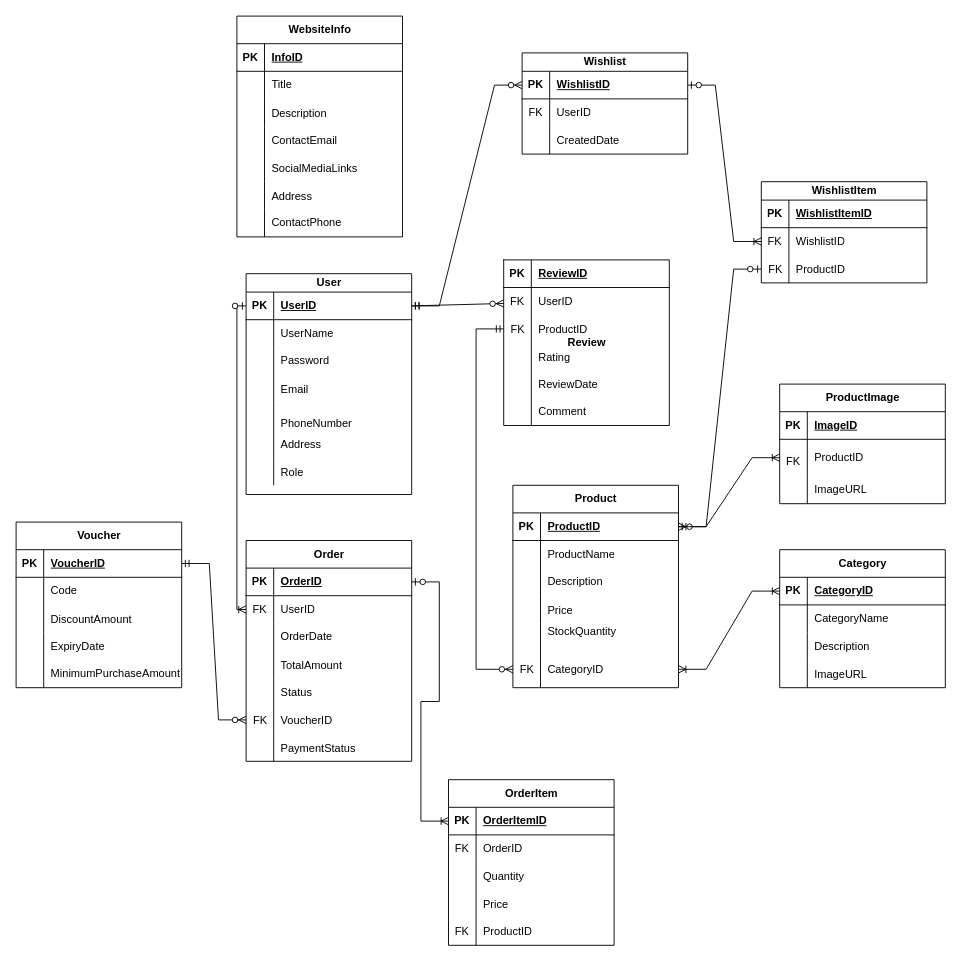
Before: Untitled Diagram.drawio in phanthuyen12/duanbandientu, a draw.io diagram. Source tidied: cells renumbered, new cells numbered last; positions are measured from the earlier drawing's top-left corner, leaving out a move shared by most shapes. Both pictures are drawn from the tidied source at 92%, with x=0, y=0 at pixel (16, 16).
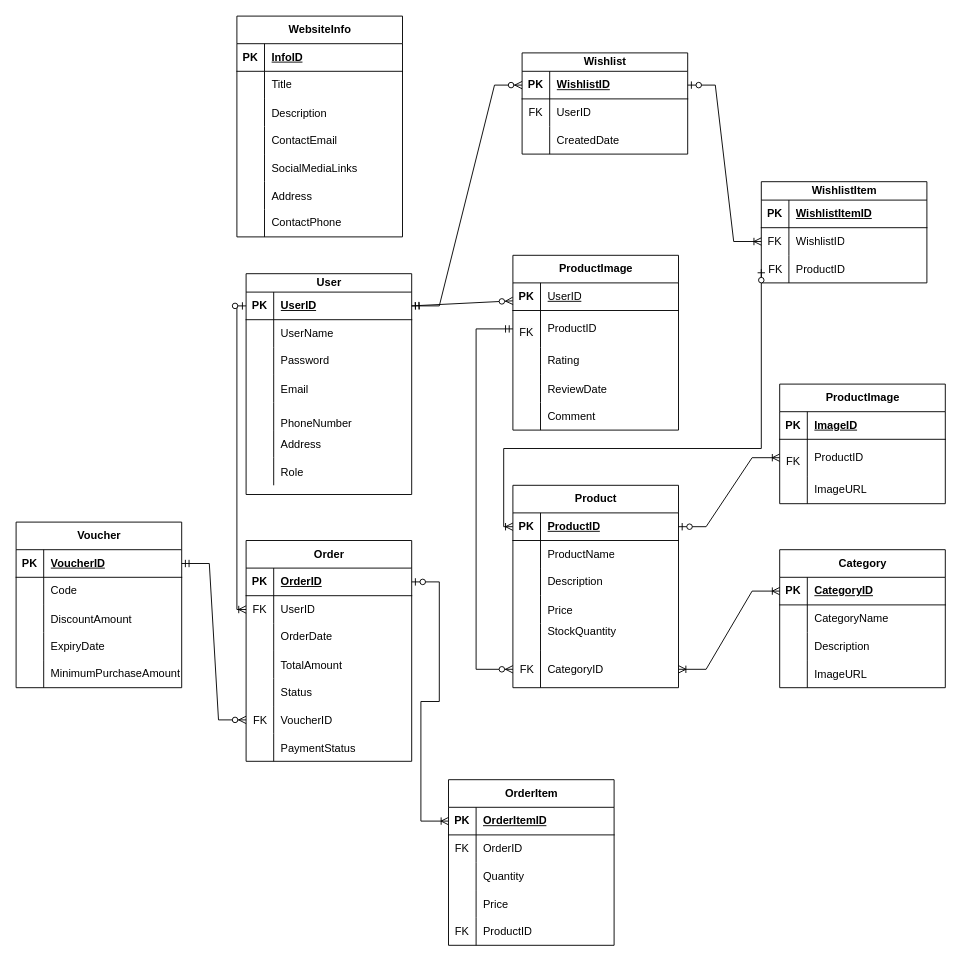
Above is the later version.

Unchanged cells that the change refers to:
```xml
<mxCell id="3" style="shape=tableRow;horizontal=0;startSize=0;swimlaneHead=0;swimlaneBody=0;fillColor=none;points=[[0,0.5],[1,0.5]];portConstraint=eastwest;top=0;left=0;right=0;bottom=1;" parent="2" vertex="1">
  <mxGeometry y="20" width="180" height="30" as="geometry" />
</mxCell>
<mxCell id="38" style="shape=tableRow;horizontal=0;startSize=0;swimlaneHead=0;swimlaneBody=0;fillColor=none;points=[[0,0.5],[1,0.5]];portConstraint=eastwest;top=0;left=0;right=0;bottom=1;" parent="37" vertex="1">
  <mxGeometry y="30" width="180" height="30" as="geometry" />
</mxCell>
<mxCell id="53" style="shape=tableRow;horizontal=0;startSize=0;swimlaneHead=0;swimlaneBody=0;fillColor=none;points=[[0,0.5],[1,0.5]];portConstraint=eastwest;top=0;left=0;right=0;bottom=0;strokeColor=default;align=left;verticalAlign=middle;spacingLeft=6;fontFamily=Helvetica;fontSize=12;fontColor=default;" parent="37" vertex="1">
  <mxGeometry y="180" width="180" height="40" as="geometry" />
</mxCell>
<mxCell id="121" style="shape=tableRow;horizontal=0;startSize=0;swimlaneHead=0;swimlaneBody=0;fillColor=none;points=[[0,0.5],[1,0.5]];portConstraint=eastwest;top=0;left=0;right=0;bottom=0;strokeColor=default;align=left;verticalAlign=middle;spacingLeft=6;fontFamily=Helvetica;fontSize=12;fontColor=default;" parent="114" vertex="1">
  <mxGeometry y="80" width="180" height="30" as="geometry" />
</mxCell>
```

What changed in the source:
```diff
@@
-    <mxCell id="164" value="Review    " style="shape=table;startSize=0;childLayout=tableLayout;rowLines=0;fontStyle=1;align=center;html=1;" parent="1" vertex="1">
-      <mxGeometry x="530" y="265" width="180" height="180" as="geometry" />
-    </mxCell>
-    <mxCell id="165" style="shape=tableRow;horizontal=0;startSize=0;swimlaneHead=0;swimlaneBody=0;fillColor=none;top=0;left=0;right=0;bottom=1;" parent="164" vertex="1">
-      <mxGeometry width="180" height="30" as="geometry" />
-    </mxCell>
-    <mxCell id="166" value="PK" style="shape=partialRectangle;fillColor=none;top=0;left=0;bottom=0;right=0;fontStyle=1;overflow=hidden;whiteSpace=wrap;html=1;" parent="165" vertex="1">
-      <mxGeometry width="30" height="30" as="geometry" />
-    </mxCell>
-    <mxCell id="167" value="ReviewID    " style="shape=partialRectangle;fillColor=none;top=0;left=0;bottom=0;right=0;align=left;spacingLeft=6;fontStyle=5;overflow=hidden;whiteSpace=wrap;html=1;" parent="165" vertex="1">
-      <mxGeometry x="30" width="150" height="30" as="geometry" />
-    </mxCell>
-    <mxCell id="168" style="shape=tableRow;horizontal=0;startSize=0;swimlaneHead=0;swimlaneBody=0;fillColor=none;points=[[0,0.5],[1,0.5]];portConstraint=eastwest;top=0;left=0;right=0;bottom=0;" parent="164" vertex="1">
-      <mxGeometry y="30" width="180" height="30" as="geometry" />
-    </mxCell>
-    <mxCell id="169" value="&lt;span style=&quot;text-align: left; text-wrap: nowrap;&quot;&gt;FK&lt;/span&gt;" style="shape=partialRectangle;fillColor=none;top=0;left=0;bottom=0;right=0;overflow=hidden;whiteSpace=wrap;html=1;" parent="168" vertex="1">
-      <mxGeometry width="30" height="30" as="geometry" />
-    </mxCell>
-    <mxCell id="170" value="UserID    " style="shape=partialRectangle;fillColor=none;top=0;left=0;bottom=0;right=0;align=left;spacingLeft=6;overflow=hidden;whiteSpace=wrap;html=1;" parent="168" vertex="1">
-      <mxGeometry x="30" width="150" height="30" as="geometry" />
-    </mxCell>
-    <mxCell id="171" style="shape=tableRow;horizontal=0;startSize=0;swimlaneHead=0;swimlaneBody=0;fillColor=none;points=[[0,0.5],[1,0.5]];portConstraint=eastwest;top=0;left=0;right=0;bottom=0;strokeColor=default;align=left;verticalAlign=middle;spacingLeft=6;fontFamily=Helvetica;fontSize=12;fontColor=default;" parent="164" vertex="1">
-      <mxGeometry y="60" width="180" height="30" as="geometry" />
-    </mxCell>
-    <mxCell id="172" value="FK" style="shape=partialRectangle;fillColor=none;top=0;left=0;bottom=0;right=0;overflow=hidden;strokeColor=default;align=left;verticalAlign=middle;spacingLeft=6;fontFamily=Helvetica;fontSize=12;fontColor=default;" parent="171" vertex="1">
-      <mxGeometry width="30" height="30" as="geometry" />
-    </mxCell>
-    <mxCell id="173" value="ProductID  " style="shape=partialRectangle;fillColor=none;top=0;left=0;bottom=0;right=0;align=left;spacingLeft=6;overflow=hidden;strokeColor=default;verticalAlign=middle;fontFamily=Helvetica;fontSize=12;fontColor=default;" parent="171" vertex="1">
-      <mxGeometry x="30" width="150" height="30" as="geometry" />
-    </mxCell>
-    <mxCell id="174" style="shape=tableRow;horizontal=0;startSize=0;swimlaneHead=0;swimlaneBody=0;fillColor=none;top=0;left=0;right=0;bottom=0;strokeColor=default;align=left;verticalAlign=middle;spacingLeft=6;fontFamily=Helvetica;fontSize=12;fontColor=default;" parent="164" vertex="1">
-      <mxGeometry y="90" width="180" height="30" as="geometry" />
-    </mxCell>
-    <mxCell id="175" style="shape=partialRectangle;fillColor=none;top=0;left=0;bottom=0;right=0;overflow=hidden;strokeColor=default;align=left;verticalAlign=middle;spacingLeft=6;fontFamily=Helvetica;fontSize=12;fontColor=default;" parent="174" vertex="1">
-      <mxGeometry width="30" height="30" as="geometry" />
-    </mxCell>
-    <mxCell id="176" value="Rating  " style="shape=partialRectangle;fillColor=none;top=0;left=0;bottom=0;right=0;align=left;spacingLeft=6;overflow=hidden;strokeColor=default;verticalAlign=middle;fontFamily=Helvetica;fontSize=12;fontColor=default;" parent="174" vertex="1">
-      <mxGeometry x="30" width="150" height="30" as="geometry" />
-    </mxCell>
-    <mxCell id="177" style="shape=tableRow;horizontal=0;startSize=0;swimlaneHead=0;swimlaneBody=0;fillColor=none;top=0;left=0;right=0;bottom=0;strokeColor=default;align=left;verticalAlign=middle;spacingLeft=6;fontFamily=Helvetica;fontSize=12;fontColor=default;" parent="164" vertex="1">
-      <mxGeometry y="120" width="180" height="30" as="geometry" />
-    </mxCell>
-    <mxCell id="178" style="shape=partialRectangle;fillColor=none;top=0;left=0;bottom=0;right=0;overflow=hidden;strokeColor=default;align=left;verticalAlign=middle;spacingLeft=6;fontFamily=Helvetica;fontSize=12;fontColor=default;" parent="177" vertex="1">
-      <mxGeometry width="30" height="30" as="geometry" />
-    </mxCell>
-    <mxCell id="179" value="ReviewDate " style="shape=partialRectangle;fillColor=none;top=0;left=0;bottom=0;right=0;align=left;spacingLeft=6;overflow=hidden;strokeColor=default;verticalAlign=middle;fontFamily=Helvetica;fontSize=12;fontColor=default;" parent="177" vertex="1">
-      <mxGeometry x="30" width="150" height="30" as="geometry" />
-    </mxCell>
-    <mxCell id="180" style="shape=tableRow;horizontal=0;startSize=0;swimlaneHead=0;swimlaneBody=0;fillColor=none;top=0;left=0;right=0;bottom=0;" parent="164" vertex="1">
-      <mxGeometry y="150" width="180" height="30" as="geometry" />
-    </mxCell>
-    <mxCell id="181" style="shape=partialRectangle;fillColor=none;top=0;left=0;bottom=0;right=0;overflow=hidden;whiteSpace=wrap;html=1;" parent="180" vertex="1">
-      <mxGeometry width="30" height="30" as="geometry" />
-    </mxCell>
-    <mxCell id="182" value="Comment     " style="shape=partialRectangle;fillColor=none;top=0;left=0;bottom=0;right=0;align=left;spacingLeft=6;overflow=hidden;whiteSpace=wrap;html=1;" parent="180" vertex="1">
-      <mxGeometry x="30" width="150" height="30" as="geometry" />
-    </mxCell>
-    <mxCell id="183" style="fontSize=12;html=1;endArrow=ERzeroToMany;startArrow=ERmandOne;rounded=0;fontFamily=Helvetica;fontColor=default;exitX=1;exitY=0.5;exitDx=0;exitDy=0;" parent="1" edge="1" source="3" target="168">
+    <mxCell id="183" style="fontSize=12;html=1;endArrow=ERzeroToMany;startArrow=ERmandOne;rounded=0;fontFamily=Helvetica;fontColor=default;exitX=1;exitY=0.5;exitDx=0;exitDy=0;" parent="1" edge="1" source="3" target="192">
       <mxGeometry relative="1" as="geometry" />
     </mxCell>
-    <mxCell id="184" style="fontSize=12;html=1;endArrow=ERzeroToMany;startArrow=ERmandOne;rounded=0;fontFamily=Helvetica;fontColor=default;entryX=0;entryY=0.5;entryDx=0;entryDy=0;exitX=0;exitY=0.5;exitDx=0;exitDy=0;edgeStyle=elbowEdgeStyle;" parent="1" edge="1" source="171" target="53">
+    <mxCell id="184" style="fontSize=12;html=1;endArrow=ERzeroToMany;startArrow=ERmandOne;rounded=0;fontFamily=Helvetica;fontColor=default;entryX=0;entryY=0.5;entryDx=0;entryDy=0;exitX=0;exitY=0.5;exitDx=0;exitDy=0;edgeStyle=elbowEdgeStyle;" parent="1" edge="1" source="193" target="53">
       <mxGeometry relative="1" as="geometry">
         <Array as="points">
           <mxPoint x="500" y="540" />
         </Array>
       </mxGeometry>
     </mxCell>
@@
-    <mxCell id="190" style="edgeStyle=entityRelationEdgeStyle;fontSize=12;html=1;endArrow=ERoneToMany;startArrow=ERzeroToOne;rounded=0;fontFamily=Helvetica;fontColor=default;exitX=0;exitY=0.5;exitDx=0;exitDy=0;entryX=1;entryY=0.5;entryDx=0;entryDy=0;" parent="1" edge="1" source="121" target="38">
+    <mxCell id="190" style="edgeStyle=orthogonalEdgeStyle;fontSize=12;html=1;endArrow=ERoneToMany;startArrow=ERzeroToOne;rounded=0;fontFamily=Helvetica;fontColor=default;exitX=0;exitY=0.5;exitDx=0;exitDy=0;entryX=0;entryY=0.5;entryDx=0;entryDy=0;" parent="1" edge="1" source="121" target="38">
       <mxGeometry relative="1" as="geometry">
         <Array as="points">
-          <mxPoint x="820" y="270" />
+          <mxPoint x="810" y="470" />
+          <mxPoint x="530" y="470" />
+          <mxPoint x="530" y="555" />
         </Array>
       </mxGeometry>
     </mxCell>
+    <mxCell id="191" value="ProductImage  " style="shape=table;startSize=30;childLayout=tableLayout;rowLines=0;fontStyle=1;align=center;html=1;" parent="1" vertex="1">
+      <mxGeometry x="540" y="260" width="180" height="190" as="geometry" />
+    </mxCell>
+    <mxCell id="192" style="shape=tableRow;horizontal=0;startSize=0;swimlaneHead=0;swimlaneBody=0;fillColor=none;points=[[0,0.5],[1,0.5]];portConstraint=eastwest;top=0;left=0;right=0;bottom=1;" parent="191" vertex="1">
+      <mxGeometry y="30" width="180" height="30" as="geometry" />
+    </mxCell>
+    <mxCell id="166" value="PK" style="shape=partialRectangle;fillColor=none;top=0;left=0;bottom=0;right=0;fontStyle=1;overflow=hidden;whiteSpace=wrap;html=1;" parent="192" vertex="1">
+      <mxGeometry width="30" height="30" as="geometry" />
+    </mxCell>
+    <mxCell id="170" value="&lt;span style=&quot;font-weight: 400;&quot;&gt;UserID&lt;/span&gt;" style="shape=partialRectangle;fillColor=none;top=0;left=0;bottom=0;right=0;align=left;spacingLeft=6;fontStyle=5;overflow=hidden;whiteSpace=wrap;html=1;" parent="192" vertex="1">
+      <mxGeometry x="30" width="150" height="30" as="geometry" />
+    </mxCell>
+    <mxCell id="193" style="shape=tableRow;horizontal=0;startSize=0;swimlaneHead=0;swimlaneBody=0;fillColor=none;points=[[0,0.5],[1,0.5]];portConstraint=eastwest;top=0;left=0;right=0;bottom=0;" parent="191" vertex="1">
+      <mxGeometry y="60" width="180" height="40" as="geometry" />
+    </mxCell>
+    <mxCell id="194" value="&#10;&lt;span style=&quot;color: rgb(0, 0, 0); font-family: Helvetica; font-size: 12px; font-style: normal; font-variant-ligatures: normal; font-variant-caps: normal; font-weight: 400; letter-spacing: normal; orphans: 2; text-align: left; text-indent: 0px; text-transform: none; widows: 2; word-spacing: 0px; -webkit-text-stroke-width: 0px; white-space: nowrap; background-color: rgb(251, 251, 251); text-decoration-thickness: initial; text-decoration-style: initial; text-decoration-color: initial; display: inline !important; float: none;&quot;&gt;FK&lt;/span&gt;&#10;&#10;" style="shape=partialRectangle;fillColor=none;top=0;left=0;bottom=0;right=0;overflow=hidden;whiteSpace=wrap;html=1;" parent="193" vertex="1">
+      <mxGeometry width="30" height="40" as="geometry" />
+    </mxCell>
+    <mxCell id="173" value="&lt;span style=&quot;text-wrap: nowrap;&quot;&gt;ProductID&lt;/span&gt;" style="shape=partialRectangle;fillColor=none;top=0;left=0;bottom=0;right=0;align=left;spacingLeft=6;overflow=hidden;whiteSpace=wrap;html=1;" parent="193" vertex="1">
+      <mxGeometry x="30" width="150" height="40" as="geometry" />
+    </mxCell>
+    <mxCell id="195" style="shape=tableRow;horizontal=0;startSize=0;swimlaneHead=0;swimlaneBody=0;fillColor=none;top=0;left=0;right=0;bottom=0;" parent="191" vertex="1">
+      <mxGeometry y="100" width="180" height="30" as="geometry" />
+    </mxCell>
+    <mxCell id="181" style="shape=partialRectangle;fillColor=none;top=0;left=0;bottom=0;right=0;overflow=hidden;whiteSpace=wrap;html=1;" parent="195" vertex="1">
+      <mxGeometry width="30" height="30" as="geometry" />
+    </mxCell>
+    <mxCell id="176" value="&lt;span style=&quot;text-wrap: nowrap;&quot;&gt;Rating&lt;/span&gt;" style="shape=partialRectangle;fillColor=none;top=0;left=0;bottom=0;right=0;align=left;spacingLeft=6;overflow=hidden;whiteSpace=wrap;html=1;" parent="195" vertex="1">
+      <mxGeometry x="30" width="150" height="30" as="geometry" />
+    </mxCell>
+    <mxCell id="196" style="shape=tableRow;horizontal=0;startSize=0;swimlaneHead=0;swimlaneBody=0;fillColor=none;top=0;left=0;right=0;bottom=0;strokeColor=default;align=left;verticalAlign=middle;spacingLeft=6;fontFamily=Helvetica;fontSize=12;fontColor=default;" parent="191" vertex="1">
+      <mxGeometry y="130" width="180" height="30" as="geometry" />
+    </mxCell>
+    <mxCell id="197" style="shape=partialRectangle;fillColor=none;top=0;left=0;bottom=0;right=0;overflow=hidden;strokeColor=default;align=left;verticalAlign=middle;spacingLeft=6;fontFamily=Helvetica;fontSize=12;fontColor=default;" parent="196" vertex="1">
+      <mxGeometry width="30" height="30" as="geometry" />
+    </mxCell>
+    <mxCell id="179" value="ReviewDate" style="shape=partialRectangle;fillColor=none;top=0;left=0;bottom=0;right=0;align=left;spacingLeft=6;overflow=hidden;strokeColor=default;verticalAlign=middle;fontFamily=Helvetica;fontSize=12;fontColor=default;" parent="196" vertex="1">
+      <mxGeometry x="30" width="150" height="30" as="geometry" />
+    </mxCell>
+    <mxCell id="198" style="shape=tableRow;horizontal=0;startSize=0;swimlaneHead=0;swimlaneBody=0;fillColor=none;top=0;left=0;right=0;bottom=0;strokeColor=default;align=left;verticalAlign=middle;spacingLeft=6;fontFamily=Helvetica;fontSize=12;fontColor=default;" parent="191" vertex="1">
+      <mxGeometry y="160" width="180" height="30" as="geometry" />
+    </mxCell>
+    <mxCell id="199" style="shape=partialRectangle;fillColor=none;top=0;left=0;bottom=0;right=0;overflow=hidden;strokeColor=default;align=left;verticalAlign=middle;spacingLeft=6;fontFamily=Helvetica;fontSize=12;fontColor=default;" parent="198" vertex="1">
+      <mxGeometry width="30" height="30" as="geometry" />
+    </mxCell>
+    <mxCell id="182" value="Comment" style="shape=partialRectangle;fillColor=none;top=0;left=0;bottom=0;right=0;align=left;spacingLeft=6;overflow=hidden;strokeColor=default;verticalAlign=middle;fontFamily=Helvetica;fontSize=12;fontColor=default;" parent="198" vertex="1">
+      <mxGeometry x="30" width="150" height="30" as="geometry" />
+    </mxCell>
+    <mxCell id="200" style="edgeStyle=elbowEdgeStyle;rounded=0;orthogonalLoop=1;jettySize=auto;html=1;exitX=0.25;exitY=0;exitDx=0;exitDy=0;fontFamily=Helvetica;fontSize=12;fontColor=default;" parent="1" edge="1" source="191" target="191">
+      <mxGeometry relative="1" as="geometry" />
+    </mxCell>
```
